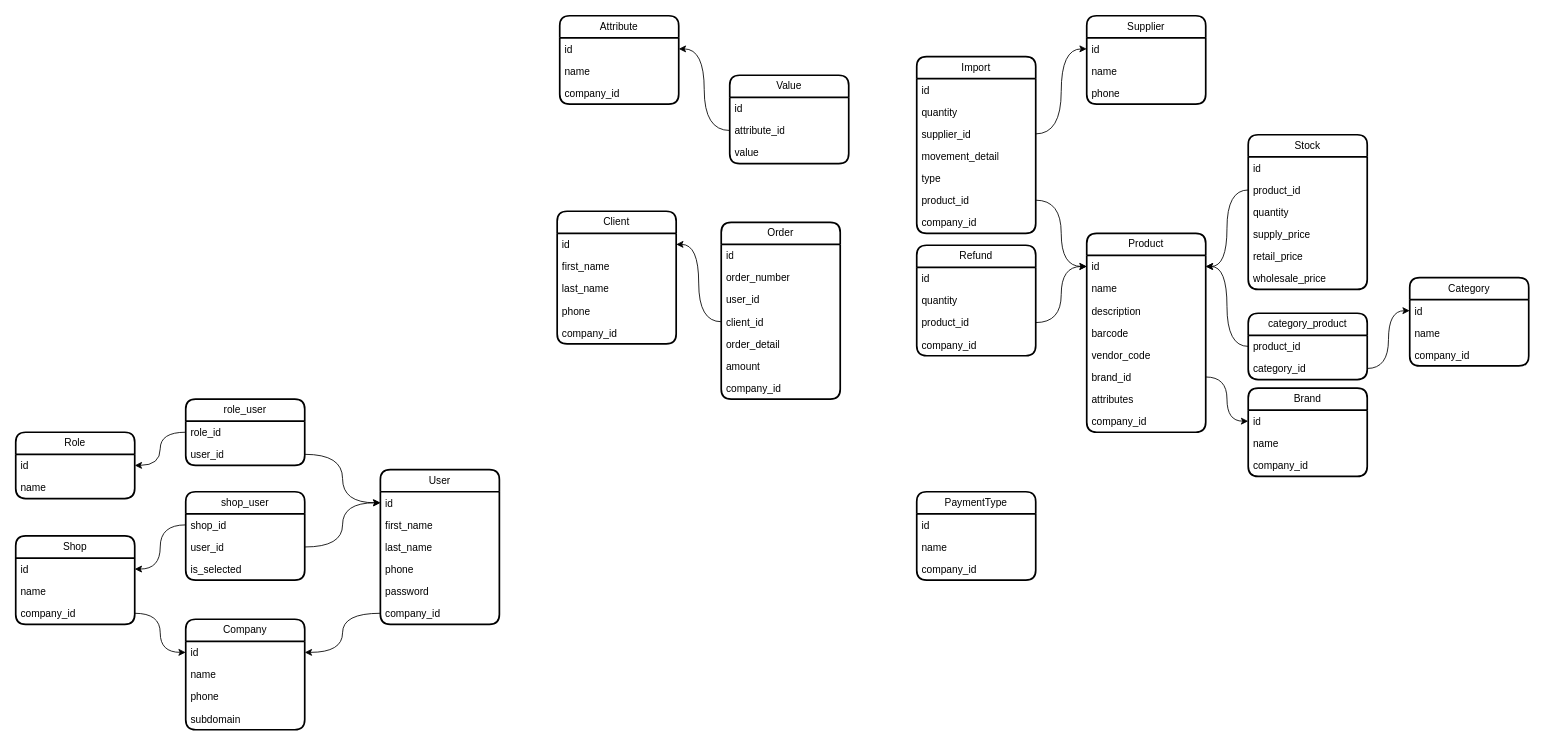
Before: page "v3" (1 of 3) of karsoft-wsm.drawio in iztileuoff/databases, a draw.io diagram. Source tidied: cells renumbered, new cells numbered last; positions are measured from the earlier drawing's top-left corner, leaving out a move shared by most shapes. Both pictures are drawn from the tidied source at 85%, with x=0, y=0 at pixel (15, 15).
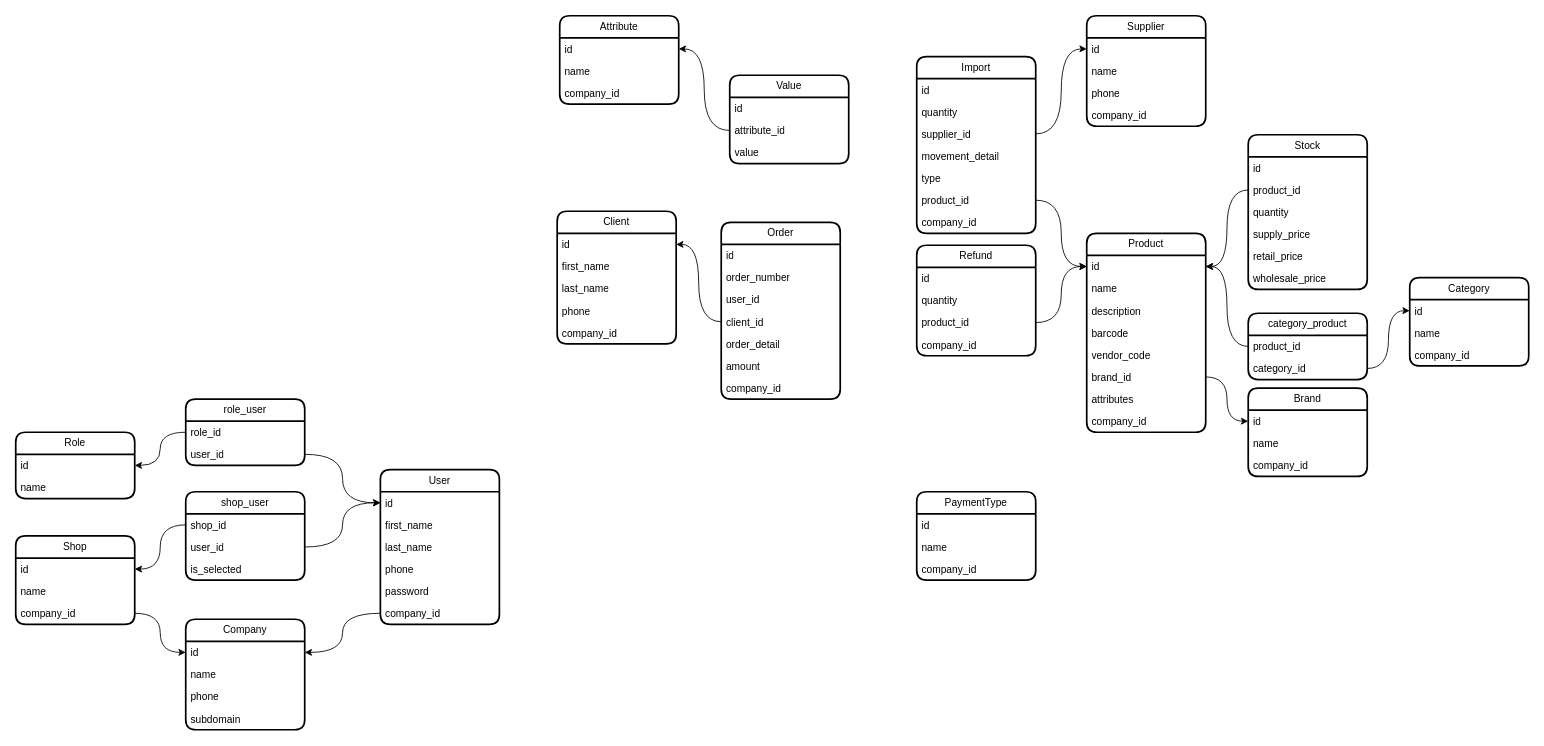
Above is the later version.

Change to the diagram source:
```diff
@@
     <mxCell id="102" value="Supplier" style="swimlane;fontStyle=0;horizontal=1;startSize=26;fillColor=none;whiteSpace=wrap;html=1;rounded=1;shadow=0;glass=0;strokeWidth=2;" parent="1" vertex="1">
-      <mxGeometry x="1260" width="140" height="104" as="geometry" />
+      <mxGeometry x="1260" width="140" height="130" as="geometry" />
     </mxCell>
@@
+    <mxCell id="113" value="company_id" style="text;strokeColor=none;fillColor=none;align=left;verticalAlign=top;spacingLeft=4;spacingRight=4;overflow=hidden;whiteSpace=wrap;html=1;" parent="102" vertex="1">
+      <mxGeometry y="104" width="140" height="26" as="geometry" />
+    </mxCell>
```
